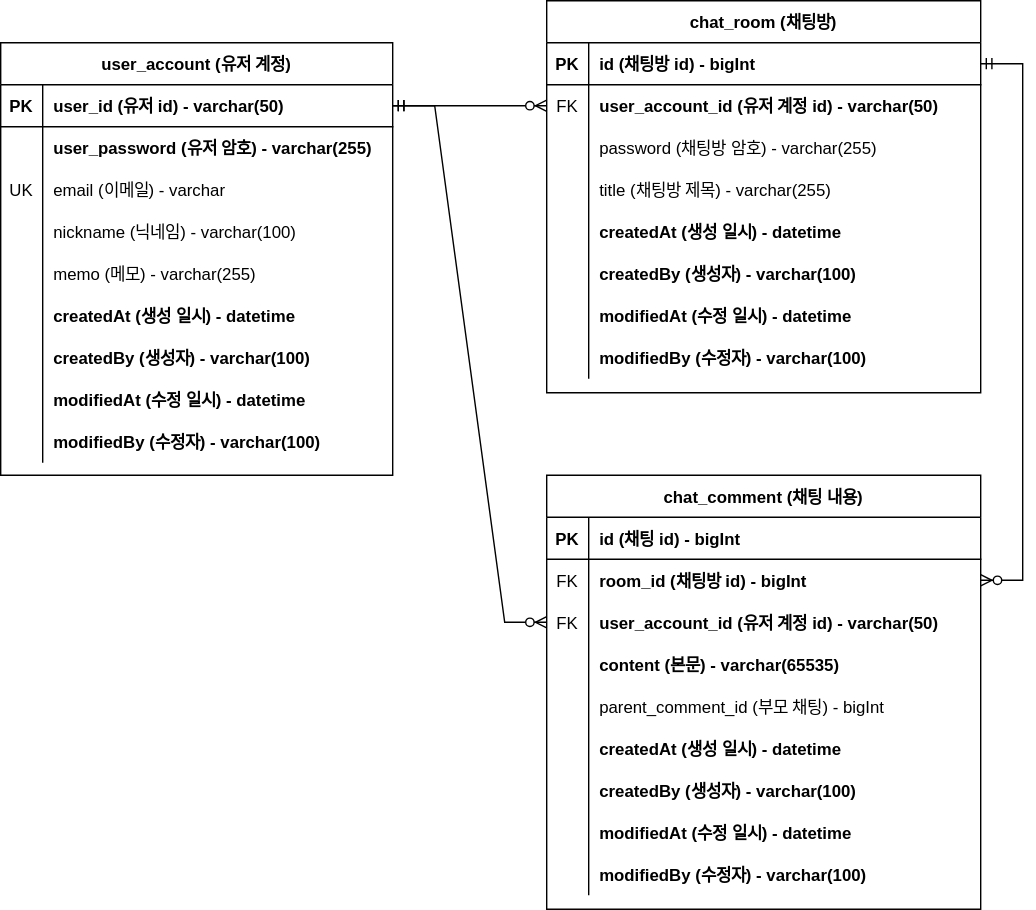
Before: document/websocket-chat-erd.drawio.svg, a diagram exported from draw.io (jeonhyoungmin/WebSocket_chat). Source tidied: cells renumbered, new cells last; positions are measured from the earlier drawing's top-left corner, leaving out a move shared by most shapes. Its diagram source:
```xml
<mxGraphModel>
  <root>
    <mxCell id="0" />
    <mxCell id="1" parent="0" />
    <mxCell id="2" value="chat_room (채팅방)" style="shape=table;startSize=30;rowLines=0;fontStyle=1;align=center;" parent="1" vertex="1">
      <mxGeometry x="390" width="310" height="280" as="geometry" />
    </mxCell>
    <mxCell id="3" style="shape=partialRectangle;fillColor=none;points=[[0,0.5],[1,0.5]];portConstraint=eastwest;top=0;left=0;right=0;bottom=1;" parent="2" vertex="1">
      <mxGeometry y="30" width="310" height="30" as="geometry" />
    </mxCell>
    <mxCell id="4" value="PK" style="shape=partialRectangle;overflow=hidden;fillColor=none;top=0;left=0;bottom=0;right=0;fontStyle=1;" parent="3" vertex="1">
      <mxGeometry width="30" height="30" as="geometry" />
    </mxCell>
    <mxCell id="5" value="id (채팅방 id) - bigInt" style="shape=partialRectangle;overflow=hidden;fillColor=none;top=0;left=0;bottom=0;right=0;align=left;spacingLeft=6;fontStyle=1;" parent="3" vertex="1">
      <mxGeometry x="30" width="280" height="30" as="geometry" />
    </mxCell>
    <mxCell id="6" style="shape=partialRectangle;fillColor=none;points=[[0,0.5],[1,0.5]];portConstraint=eastwest;top=0;left=0;right=0;bottom=0;" parent="2" vertex="1">
      <mxGeometry y="60" width="310" height="30" as="geometry" />
    </mxCell>
    <mxCell id="7" value="FK" style="shape=partialRectangle;overflow=hidden;fillColor=none;top=0;left=0;bottom=0;right=0;" parent="6" vertex="1">
      <mxGeometry width="30" height="30" as="geometry" />
    </mxCell>
    <mxCell id="8" value="user_account_id (유저 계정 id) - varchar(50)" style="shape=partialRectangle;overflow=hidden;fillColor=none;top=0;left=0;bottom=0;right=0;align=left;spacingLeft=6;fontStyle=1;" parent="6" vertex="1">
      <mxGeometry x="30" width="280" height="30" as="geometry" />
    </mxCell>
    <mxCell id="9" style="shape=partialRectangle;fillColor=none;top=0;left=0;right=0;bottom=0;" parent="2" vertex="1">
      <mxGeometry y="90" width="310" height="30" as="geometry" />
    </mxCell>
    <mxCell id="10" style="shape=partialRectangle;overflow=hidden;fillColor=none;top=0;left=0;bottom=0;right=0;" parent="9" vertex="1">
      <mxGeometry width="30" height="30" as="geometry" />
    </mxCell>
    <mxCell id="11" value="password (채팅방 암호) - varchar(255)" style="shape=partialRectangle;overflow=hidden;fillColor=none;top=0;left=0;bottom=0;right=0;align=left;spacingLeft=6;fontStyle=0;" parent="9" vertex="1">
      <mxGeometry x="30" width="280" height="30" as="geometry" />
    </mxCell>
    <mxCell id="12" style="shape=partialRectangle;fillColor=none;top=0;left=0;right=0;bottom=0;" parent="2" vertex="1">
      <mxGeometry y="120" width="310" height="30" as="geometry" />
    </mxCell>
    <mxCell id="13" style="shape=partialRectangle;overflow=hidden;fillColor=none;top=0;left=0;bottom=0;right=0;" parent="12" vertex="1">
      <mxGeometry width="30" height="30" as="geometry" />
    </mxCell>
    <mxCell id="14" value="title (채팅방 제목) - varchar(255)" style="shape=partialRectangle;overflow=hidden;fillColor=none;top=0;left=0;bottom=0;right=0;align=left;spacingLeft=6;fontStyle=0;" parent="12" vertex="1">
      <mxGeometry x="30" width="280" height="30" as="geometry" />
    </mxCell>
    <mxCell id="15" style="shape=partialRectangle;fillColor=none;top=0;left=0;right=0;bottom=0;" parent="2" vertex="1">
      <mxGeometry y="150" width="310" height="30" as="geometry" />
    </mxCell>
    <mxCell id="16" style="shape=partialRectangle;overflow=hidden;fillColor=none;top=0;left=0;bottom=0;right=0;" parent="15" vertex="1">
      <mxGeometry width="30" height="30" as="geometry" />
    </mxCell>
    <mxCell id="17" value="createdAt (생성 일시) - datetime" style="shape=partialRectangle;overflow=hidden;fillColor=none;top=0;left=0;bottom=0;right=0;align=left;spacingLeft=6;fontStyle=1;" parent="15" vertex="1">
      <mxGeometry x="30" width="280" height="30" as="geometry" />
    </mxCell>
    <mxCell id="18" style="shape=partialRectangle;fillColor=none;top=0;left=0;right=0;bottom=0;" parent="2" vertex="1">
      <mxGeometry y="180" width="310" height="30" as="geometry" />
    </mxCell>
    <mxCell id="19" style="shape=partialRectangle;overflow=hidden;fillColor=none;top=0;left=0;bottom=0;right=0;" parent="18" vertex="1">
      <mxGeometry width="30" height="30" as="geometry" />
    </mxCell>
    <mxCell id="20" value="createdBy (생성자) - varchar(100)" style="shape=partialRectangle;overflow=hidden;fillColor=none;top=0;left=0;bottom=0;right=0;align=left;spacingLeft=6;fontStyle=1;" parent="18" vertex="1">
      <mxGeometry x="30" width="280" height="30" as="geometry" />
    </mxCell>
    <mxCell id="21" style="shape=partialRectangle;fillColor=none;top=0;left=0;right=0;bottom=0;" parent="2" vertex="1">
      <mxGeometry y="210" width="310" height="30" as="geometry" />
    </mxCell>
    <mxCell id="22" style="shape=partialRectangle;overflow=hidden;fillColor=none;top=0;left=0;bottom=0;right=0;" parent="21" vertex="1">
      <mxGeometry width="30" height="30" as="geometry" />
    </mxCell>
    <mxCell id="23" value="modifiedAt (수정 일시) - datetime" style="shape=partialRectangle;overflow=hidden;fillColor=none;top=0;left=0;bottom=0;right=0;align=left;spacingLeft=6;fontStyle=1;" parent="21" vertex="1">
      <mxGeometry x="30" width="280" height="30" as="geometry" />
    </mxCell>
    <mxCell id="24" style="shape=partialRectangle;fillColor=none;top=0;left=0;right=0;bottom=0;" parent="2" vertex="1">
      <mxGeometry y="240" width="310" height="30" as="geometry" />
    </mxCell>
    <mxCell id="25" style="shape=partialRectangle;overflow=hidden;fillColor=none;top=0;left=0;bottom=0;right=0;" parent="24" vertex="1">
      <mxGeometry width="30" height="30" as="geometry" />
    </mxCell>
    <mxCell id="26" value="modifiedBy (수정자) - varchar(100)" style="shape=partialRectangle;overflow=hidden;fillColor=none;top=0;left=0;bottom=0;right=0;align=left;spacingLeft=6;fontStyle=1;" parent="24" vertex="1">
      <mxGeometry x="30" width="280" height="30" as="geometry" />
    </mxCell>
    <mxCell id="27" value="chat_comment (채팅 내용)" style="shape=table;startSize=30;rowLines=0;fontStyle=1;align=center;" parent="1" vertex="1">
      <mxGeometry x="390" y="339" width="310" height="310" as="geometry" />
    </mxCell>
    <mxCell id="28" style="shape=partialRectangle;fillColor=none;top=0;left=0;right=0;bottom=1;" parent="27" vertex="1">
      <mxGeometry y="30" width="310" height="30" as="geometry" />
    </mxCell>
    <mxCell id="29" value="PK" style="shape=partialRectangle;overflow=hidden;fillColor=none;top=0;left=0;bottom=0;right=0;fontStyle=1;" parent="28" vertex="1">
      <mxGeometry width="30" height="30" as="geometry" />
    </mxCell>
    <mxCell id="30" value="id (채팅 id) - bigInt" style="shape=partialRectangle;overflow=hidden;fillColor=none;top=0;left=0;bottom=0;right=0;align=left;spacingLeft=6;fontStyle=1;" parent="28" vertex="1">
      <mxGeometry x="30" width="280" height="30" as="geometry" />
    </mxCell>
    <mxCell id="31" style="shape=partialRectangle;fillColor=none;points=[[0,0.5],[1,0.5]];portConstraint=eastwest;top=0;left=0;right=0;bottom=0;" parent="27" vertex="1">
      <mxGeometry y="60" width="310" height="30" as="geometry" />
    </mxCell>
    <mxCell id="32" value="FK" style="shape=partialRectangle;overflow=hidden;fillColor=none;top=0;left=0;bottom=0;right=0;" parent="31" vertex="1">
      <mxGeometry width="30" height="30" as="geometry" />
    </mxCell>
    <mxCell id="33" value="room_id (채팅방 id) - bigInt" style="shape=partialRectangle;overflow=hidden;fillColor=none;top=0;left=0;bottom=0;right=0;align=left;spacingLeft=6;fontStyle=1;" parent="31" vertex="1">
      <mxGeometry x="30" width="280" height="30" as="geometry" />
    </mxCell>
    <mxCell id="34" style="shape=partialRectangle;fillColor=none;points=[[0,0.5],[1,0.5]];portConstraint=eastwest;top=0;left=0;right=0;bottom=0;" parent="27" vertex="1">
      <mxGeometry y="90" width="310" height="30" as="geometry" />
    </mxCell>
    <mxCell id="35" value="FK" style="shape=partialRectangle;overflow=hidden;fillColor=none;top=0;left=0;bottom=0;right=0;" parent="34" vertex="1">
      <mxGeometry width="30" height="30" as="geometry" />
    </mxCell>
    <mxCell id="36" value="user_account_id (유저 계정 id) - varchar(50)" style="shape=partialRectangle;overflow=hidden;fillColor=none;top=0;left=0;bottom=0;right=0;align=left;spacingLeft=6;fontStyle=1;" parent="34" vertex="1">
      <mxGeometry x="30" width="280" height="30" as="geometry" />
    </mxCell>
    <mxCell id="37" style="shape=partialRectangle;fillColor=none;top=0;left=0;right=0;bottom=0;" parent="27" vertex="1">
      <mxGeometry y="120" width="310" height="30" as="geometry" />
    </mxCell>
    <mxCell id="38" style="shape=partialRectangle;overflow=hidden;fillColor=none;top=0;left=0;bottom=0;right=0;" parent="37" vertex="1">
      <mxGeometry width="30" height="30" as="geometry" />
    </mxCell>
    <mxCell id="39" value="content (본문) - varchar(65535)" style="shape=partialRectangle;overflow=hidden;fillColor=none;top=0;left=0;bottom=0;right=0;align=left;spacingLeft=6;fontStyle=1;" parent="37" vertex="1">
      <mxGeometry x="30" width="280" height="30" as="geometry" />
    </mxCell>
    <mxCell id="40" style="shape=partialRectangle;fillColor=none;top=0;left=0;right=0;bottom=0;" parent="27" vertex="1">
      <mxGeometry y="150" width="310" height="30" as="geometry" />
    </mxCell>
    <mxCell id="41" style="shape=partialRectangle;overflow=hidden;fillColor=none;top=0;left=0;bottom=0;right=0;" parent="40" vertex="1">
      <mxGeometry width="30" height="30" as="geometry" />
    </mxCell>
    <mxCell id="42" value="parent_comment_id (부모 채팅) - bigInt" style="shape=partialRectangle;overflow=hidden;fillColor=none;top=0;left=0;bottom=0;right=0;align=left;spacingLeft=6;" parent="40" vertex="1">
      <mxGeometry x="30" width="280" height="30" as="geometry" />
    </mxCell>
    <mxCell id="43" style="shape=partialRectangle;fillColor=none;top=0;left=0;right=0;bottom=0;" parent="27" vertex="1">
      <mxGeometry y="180" width="310" height="30" as="geometry" />
    </mxCell>
    <mxCell id="44" style="shape=partialRectangle;overflow=hidden;fillColor=none;top=0;left=0;bottom=0;right=0;" parent="43" vertex="1">
      <mxGeometry width="30" height="30" as="geometry" />
    </mxCell>
    <mxCell id="45" value="createdAt (생성 일시) - datetime" style="shape=partialRectangle;overflow=hidden;fillColor=none;top=0;left=0;bottom=0;right=0;align=left;spacingLeft=6;fontStyle=1;" parent="43" vertex="1">
      <mxGeometry x="30" width="280" height="30" as="geometry" />
    </mxCell>
    <mxCell id="46" style="shape=partialRectangle;fillColor=none;top=0;left=0;right=0;bottom=0;" parent="27" vertex="1">
      <mxGeometry y="210" width="310" height="30" as="geometry" />
    </mxCell>
    <mxCell id="47" style="shape=partialRectangle;overflow=hidden;fillColor=none;top=0;left=0;bottom=0;right=0;" parent="46" vertex="1">
      <mxGeometry width="30" height="30" as="geometry" />
    </mxCell>
    <mxCell id="48" value="createdBy (생성자) - varchar(100)" style="shape=partialRectangle;overflow=hidden;fillColor=none;top=0;left=0;bottom=0;right=0;align=left;spacingLeft=6;fontStyle=1;" parent="46" vertex="1">
      <mxGeometry x="30" width="280" height="30" as="geometry" />
    </mxCell>
    <mxCell id="49" style="shape=partialRectangle;fillColor=none;top=0;left=0;right=0;bottom=0;" parent="27" vertex="1">
      <mxGeometry y="240" width="310" height="30" as="geometry" />
    </mxCell>
    <mxCell id="50" style="shape=partialRectangle;overflow=hidden;fillColor=none;top=0;left=0;bottom=0;right=0;" parent="49" vertex="1">
      <mxGeometry width="30" height="30" as="geometry" />
    </mxCell>
    <mxCell id="51" value="modifiedAt (수정 일시) - datetime" style="shape=partialRectangle;overflow=hidden;fillColor=none;top=0;left=0;bottom=0;right=0;align=left;spacingLeft=6;fontStyle=1;" parent="49" vertex="1">
      <mxGeometry x="30" width="280" height="30" as="geometry" />
    </mxCell>
    <mxCell id="52" style="shape=partialRectangle;fillColor=none;top=0;left=0;right=0;bottom=0;" parent="27" vertex="1">
      <mxGeometry y="270" width="310" height="30" as="geometry" />
    </mxCell>
    <mxCell id="53" style="shape=partialRectangle;overflow=hidden;fillColor=none;top=0;left=0;bottom=0;right=0;" parent="52" vertex="1">
      <mxGeometry width="30" height="30" as="geometry" />
    </mxCell>
    <mxCell id="54" value="modifiedBy (수정자) - varchar(100)" style="shape=partialRectangle;overflow=hidden;fillColor=none;top=0;left=0;bottom=0;right=0;align=left;spacingLeft=6;fontStyle=1;" parent="52" vertex="1">
      <mxGeometry x="30" width="280" height="30" as="geometry" />
    </mxCell>
    <mxCell id="55" value="user_account (유저 계정)" style="shape=table;startSize=30;rowLines=0;fontStyle=1;align=center;" parent="1" vertex="1">
      <mxGeometry y="30" width="280" height="309" as="geometry" />
    </mxCell>
    <mxCell id="56" style="shape=partialRectangle;fillColor=none;points=[[0,0.5],[1,0.5]];portConstraint=eastwest;top=0;left=0;right=0;bottom=1;" parent="55" vertex="1">
      <mxGeometry y="30" width="280" height="30" as="geometry" />
    </mxCell>
    <mxCell id="57" value="PK" style="shape=partialRectangle;overflow=hidden;fillColor=none;top=0;left=0;bottom=0;right=0;fontStyle=1;" parent="56" vertex="1">
      <mxGeometry width="30" height="30" as="geometry" />
    </mxCell>
    <mxCell id="58" value="user_id (유저 id) - varchar(50)" style="shape=partialRectangle;overflow=hidden;fillColor=none;top=0;left=0;bottom=0;right=0;align=left;spacingLeft=6;fontStyle=1;" parent="56" vertex="1">
      <mxGeometry x="30" width="250" height="30" as="geometry" />
    </mxCell>
    <mxCell id="59" style="shape=partialRectangle;fillColor=none;top=0;left=0;right=0;bottom=0;" parent="55" vertex="1">
      <mxGeometry y="60" width="280" height="30" as="geometry" />
    </mxCell>
    <mxCell id="60" style="shape=partialRectangle;overflow=hidden;fillColor=none;top=0;left=0;bottom=0;right=0;" parent="59" vertex="1">
      <mxGeometry width="30" height="30" as="geometry" />
    </mxCell>
    <mxCell id="61" value="user_password (유저 암호) - varchar(255)" style="shape=partialRectangle;overflow=hidden;fillColor=none;top=0;left=0;bottom=0;right=0;align=left;spacingLeft=6;fontStyle=1;" parent="59" vertex="1">
      <mxGeometry x="30" width="250" height="30" as="geometry" />
    </mxCell>
    <mxCell id="62" style="shape=partialRectangle;fillColor=none;top=0;left=0;right=0;bottom=0;" parent="55" vertex="1">
      <mxGeometry y="90" width="280" height="30" as="geometry" />
    </mxCell>
    <mxCell id="63" value="UK" style="shape=partialRectangle;overflow=hidden;fillColor=none;top=0;left=0;bottom=0;right=0;" parent="62" vertex="1">
      <mxGeometry width="30" height="30" as="geometry" />
    </mxCell>
    <mxCell id="64" value="email (이메일) - varchar" style="shape=partialRectangle;overflow=hidden;fillColor=none;top=0;left=0;bottom=0;right=0;align=left;spacingLeft=6;fontStyle=0;" parent="62" vertex="1">
      <mxGeometry x="30" width="250" height="30" as="geometry" />
    </mxCell>
    <mxCell id="65" style="shape=partialRectangle;fillColor=none;top=0;left=0;right=0;bottom=0;" parent="55" vertex="1">
      <mxGeometry y="120" width="280" height="30" as="geometry" />
    </mxCell>
    <mxCell id="66" style="shape=partialRectangle;overflow=hidden;fillColor=none;top=0;left=0;bottom=0;right=0;" parent="65" vertex="1">
      <mxGeometry width="30" height="30" as="geometry" />
    </mxCell>
    <mxCell id="67" value="nickname (닉네임) - varchar(100)" style="shape=partialRectangle;overflow=hidden;fillColor=none;top=0;left=0;bottom=0;right=0;align=left;spacingLeft=6;fontStyle=0;" parent="65" vertex="1">
      <mxGeometry x="30" width="250" height="30" as="geometry" />
    </mxCell>
    <mxCell id="68" style="shape=partialRectangle;fillColor=none;top=0;left=0;right=0;bottom=0;" parent="55" vertex="1">
      <mxGeometry y="150" width="280" height="30" as="geometry" />
    </mxCell>
    <mxCell id="69" style="shape=partialRectangle;overflow=hidden;fillColor=none;top=0;left=0;bottom=0;right=0;" parent="68" vertex="1">
      <mxGeometry width="30" height="30" as="geometry" />
    </mxCell>
    <mxCell id="70" value="memo (메모) - varchar(255)" style="shape=partialRectangle;overflow=hidden;fillColor=none;top=0;left=0;bottom=0;right=0;align=left;spacingLeft=6;fontStyle=0;" parent="68" vertex="1">
      <mxGeometry x="30" width="250" height="30" as="geometry" />
    </mxCell>
    <mxCell id="71" style="shape=partialRectangle;fillColor=none;top=0;left=0;right=0;bottom=0;" parent="55" vertex="1">
      <mxGeometry y="180" width="280" height="30" as="geometry" />
    </mxCell>
    <mxCell id="72" style="shape=partialRectangle;overflow=hidden;fillColor=none;top=0;left=0;bottom=0;right=0;" parent="71" vertex="1">
      <mxGeometry width="30" height="30" as="geometry" />
    </mxCell>
    <mxCell id="73" value="createdAt (생성 일시) - datetime" style="shape=partialRectangle;overflow=hidden;fillColor=none;top=0;left=0;bottom=0;right=0;align=left;spacingLeft=6;fontStyle=1;" parent="71" vertex="1">
      <mxGeometry x="30" width="250" height="30" as="geometry" />
    </mxCell>
    <mxCell id="74" style="shape=partialRectangle;fillColor=none;top=0;left=0;right=0;bottom=0;" parent="55" vertex="1">
      <mxGeometry y="210" width="280" height="30" as="geometry" />
    </mxCell>
    <mxCell id="75" style="shape=partialRectangle;overflow=hidden;fillColor=none;top=0;left=0;bottom=0;right=0;" parent="74" vertex="1">
      <mxGeometry width="30" height="30" as="geometry" />
    </mxCell>
    <mxCell id="76" value="createdBy (생성자) - varchar(100)" style="shape=partialRectangle;overflow=hidden;fillColor=none;top=0;left=0;bottom=0;right=0;align=left;spacingLeft=6;fontStyle=1;" parent="74" vertex="1">
      <mxGeometry x="30" width="250" height="30" as="geometry" />
    </mxCell>
    <mxCell id="77" style="shape=partialRectangle;fillColor=none;top=0;left=0;right=0;bottom=0;" parent="55" vertex="1">
      <mxGeometry y="240" width="280" height="30" as="geometry" />
    </mxCell>
    <mxCell id="78" style="shape=partialRectangle;overflow=hidden;fillColor=none;top=0;left=0;bottom=0;right=0;" parent="77" vertex="1">
      <mxGeometry width="30" height="30" as="geometry" />
    </mxCell>
    <mxCell id="79" value="modifiedAt (수정 일시) - datetime" style="shape=partialRectangle;overflow=hidden;fillColor=none;top=0;left=0;bottom=0;right=0;align=left;spacingLeft=6;fontStyle=1;" parent="77" vertex="1">
      <mxGeometry x="30" width="250" height="30" as="geometry" />
    </mxCell>
    <mxCell id="80" style="shape=partialRectangle;fillColor=none;top=0;left=0;right=0;bottom=0;" parent="55" vertex="1">
      <mxGeometry y="270" width="280" height="30" as="geometry" />
    </mxCell>
    <mxCell id="81" style="shape=partialRectangle;overflow=hidden;fillColor=none;top=0;left=0;bottom=0;right=0;" parent="80" vertex="1">
      <mxGeometry width="30" height="30" as="geometry" />
    </mxCell>
    <mxCell id="82" value="modifiedBy (수정자) - varchar(100)" style="shape=partialRectangle;overflow=hidden;fillColor=none;top=0;left=0;bottom=0;right=0;align=left;spacingLeft=6;fontStyle=1;" parent="80" vertex="1">
      <mxGeometry x="30" width="250" height="30" as="geometry" />
    </mxCell>
    <mxCell id="83" style="edgeStyle=entityRelationEdgeStyle;fontSize=12;html=1;endArrow=ERzeroToMany;startArrow=ERmandOne;rounded=0;exitX=1;exitY=0.5;exitDx=0;exitDy=0;entryX=0;entryY=0.5;entryDx=0;entryDy=0;" parent="1" edge="1" source="56" target="6">
      <mxGeometry relative="1" as="geometry" />
    </mxCell>
    <mxCell id="84" style="edgeStyle=entityRelationEdgeStyle;fontSize=12;html=1;endArrow=ERzeroToMany;startArrow=ERmandOne;rounded=0;exitX=1;exitY=0.5;exitDx=0;exitDy=0;entryX=1;entryY=0.5;entryDx=0;entryDy=0;" parent="1" edge="1" source="3" target="31">
      <mxGeometry relative="1" as="geometry">
        <Array as="points">
          <mxPoint x="790" y="80" />
          <mxPoint x="720" y="240" />
          <mxPoint x="730" y="150" />
          <mxPoint x="780" y="250" />
        </Array>
      </mxGeometry>
    </mxCell>
    <mxCell id="85" style="edgeStyle=entityRelationEdgeStyle;fontSize=12;html=1;endArrow=ERzeroToMany;startArrow=ERmandOne;rounded=0;exitX=1;exitY=0.5;exitDx=0;exitDy=0;" parent="1" edge="1" source="56" target="34">
      <mxGeometry relative="1" as="geometry" />
    </mxCell>
  </root>
</mxGraphModel>
```
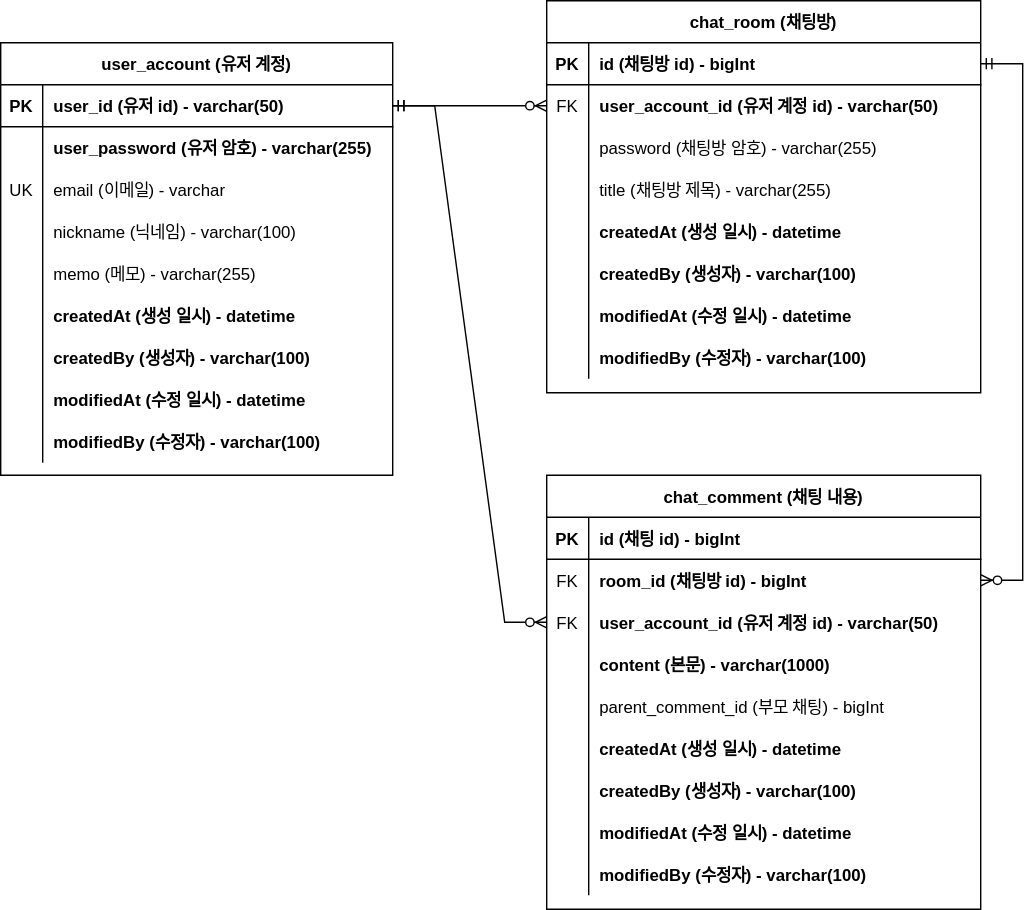
Above is the later version.

Commit message:
#11 - ERD 업데이트 : content 사이즈 변경

Change to the diagram source:
```diff
@@ -113,7 +113,7 @@
     <mxCell id="38" style="shape=partialRectangle;overflow=hidden;fillColor=none;top=0;left=0;bottom=0;right=0;" parent="37" vertex="1">
       <mxGeometry width="30" height="30" as="geometry" />
     </mxCell>
-    <mxCell id="39" value="content (본문) - varchar(65535)" style="shape=partialRectangle;overflow=hidden;fillColor=none;top=0;left=0;bottom=0;right=0;align=left;spacingLeft=6;fontStyle=1;" parent="37" vertex="1">
+    <mxCell id="39" value="content (본문) - varchar(1000)" style="shape=partialRectangle;overflow=hidden;fillColor=none;top=0;left=0;bottom=0;right=0;align=left;spacingLeft=6;fontStyle=1;" parent="37" vertex="1">
       <mxGeometry x="30" width="280" height="30" as="geometry" />
     </mxCell>
     <mxCell id="40" style="shape=partialRectangle;fillColor=none;top=0;left=0;right=0;bottom=0;" parent="27" vertex="1">
```
